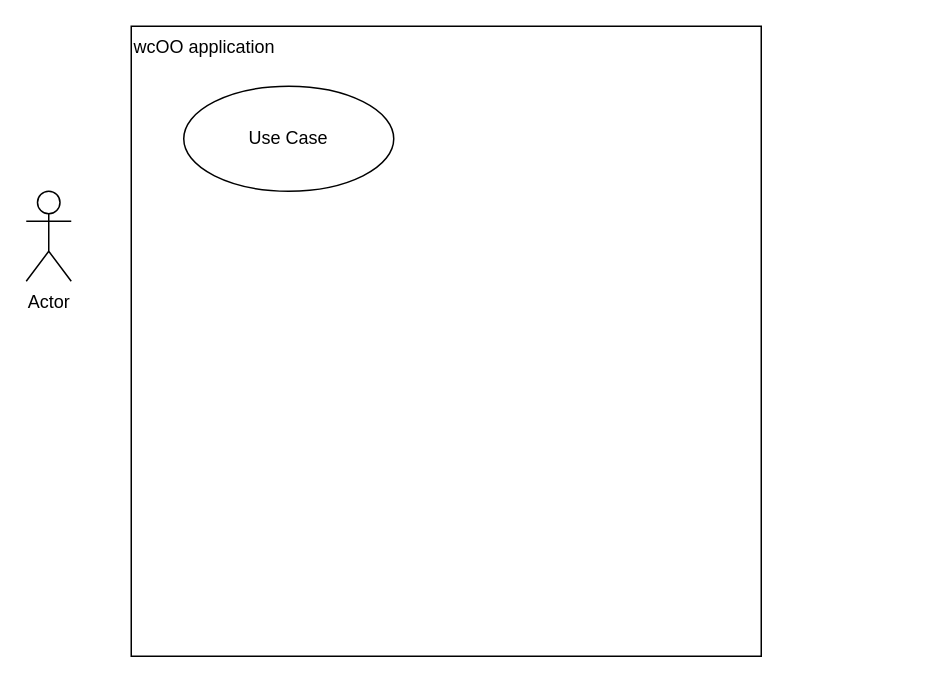
Before: projectA_diagrams.drawio in starcraft66/SOEN341-Fall-2020-ProjectA, a draw.io diagram. Source tidied: cells renumbered, new cells numbered last; positions are measured from the earlier drawing's top-left corner, leaving out a move shared by most shapes. Both pictures are drawn from the tidied source at 150%, with x=0, y=0 at pixel (26, 26).
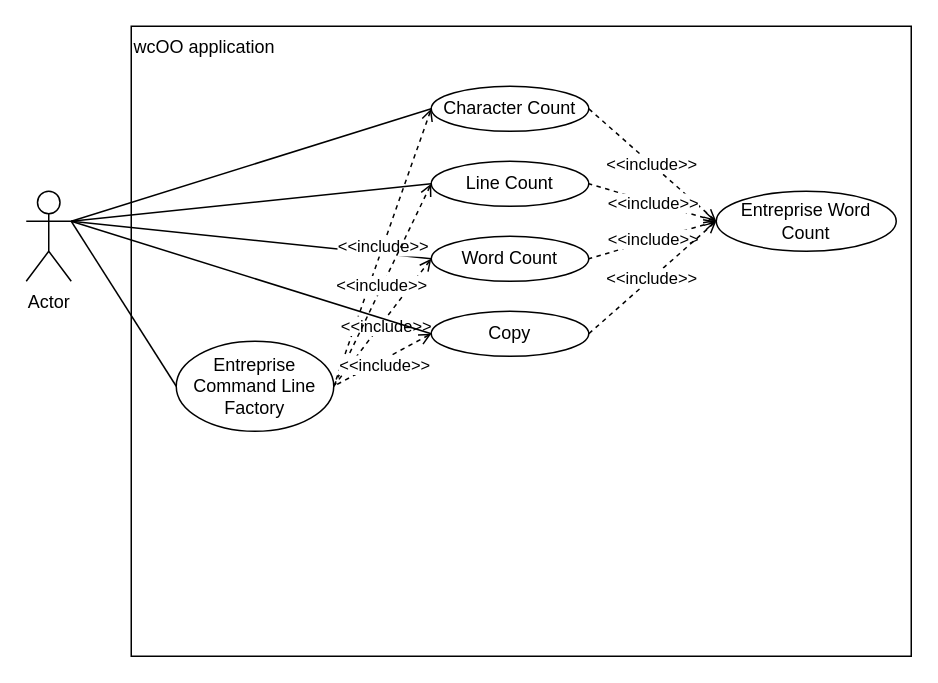
After the change.

Unchanged cells that the change refers to:
```xml
<mxCell id="2" value="Actor" style="shape=umlActor;verticalLabelPosition=bottom;verticalAlign=top;html=1;" parent="1" vertex="1">
  <mxGeometry y="110" width="30" height="60" as="geometry" />
</mxCell>
```

The edit, as a diff of the source:
```diff
@@
     <mxCell id="3" value="wcOO application" style="rounded=0;whiteSpace=wrap;html=1;fillColor=none;align=left;verticalAlign=top;" parent="1" vertex="1">
-      <mxGeometry x="70" width="420" height="420" as="geometry" />
+      <mxGeometry x="70" width="520" height="420" as="geometry" />
     </mxCell>
-    <mxCell id="4" value="Use Case" style="ellipse;whiteSpace=wrap;html=1;fillColor=none;align=center;" parent="1" vertex="1">
-      <mxGeometry x="105" y="40" width="140" height="70" as="geometry" />
+    <mxCell id="4" value="Character Count" style="ellipse;whiteSpace=wrap;html=1;fillColor=none;align=center;" parent="1" vertex="1">
+      <mxGeometry x="270" y="40" width="105" height="30" as="geometry" />
     </mxCell>
+    <mxCell id="5" value="Line Count" style="ellipse;whiteSpace=wrap;html=1;fillColor=none;align=center;" parent="1" vertex="1">
+      <mxGeometry x="270" y="90" width="105" height="30" as="geometry" />
+    </mxCell>
+    <mxCell id="6" value="Word Count" style="ellipse;whiteSpace=wrap;html=1;fillColor=none;align=center;" parent="1" vertex="1">
+      <mxGeometry x="270" y="140" width="105" height="30" as="geometry" />
+    </mxCell>
+    <mxCell id="7" value="Entreprise Command Line Factory" style="ellipse;whiteSpace=wrap;html=1;fillColor=none;align=center;" parent="1" vertex="1">
+      <mxGeometry x="100" y="210" width="105" height="60" as="geometry" />
+    </mxCell>
+    <mxCell id="8" style="endArrow=none;html=1;entryX=1;entryY=0.3333333333333333;entryDx=0;entryDy=0;entryPerimeter=0;exitX=0;exitY=0.5;exitDx=0;exitDy=0;" parent="1" edge="1" source="7" target="2">
+      <mxGeometry relative="1" as="geometry" />
+    </mxCell>
+    <mxCell id="9" style="endArrow=none;html=1;exitX=1;exitY=0.3333333333333333;exitDx=0;exitDy=0;exitPerimeter=0;entryX=0;entryY=0.5;entryDx=0;entryDy=0;" parent="1" edge="1" source="2" target="4">
+      <mxGeometry relative="1" as="geometry" />
+    </mxCell>
+    <mxCell id="10" style="endArrow=none;html=1;exitX=1;exitY=0.3333333333333333;exitDx=0;exitDy=0;exitPerimeter=0;entryX=0;entryY=0.5;entryDx=0;entryDy=0;" parent="1" edge="1" source="2" target="6">
+      <mxGeometry relative="1" as="geometry" />
+    </mxCell>
+    <mxCell id="11" style="endArrow=none;html=1;entryX=0;entryY=0.5;entryDx=0;entryDy=0;" parent="1" edge="1" target="5">
+      <mxGeometry relative="1" as="geometry">
+        <mxPoint x="30" y="130" as="sourcePoint" />
+      </mxGeometry>
+    </mxCell>
+    <mxCell id="12" value="&amp;lt;&amp;lt;include&amp;gt;&amp;gt;" style="endArrow=none;dashed=1;html=1;startArrow=open;startFill=0;entryX=1;entryY=0.5;entryDx=0;entryDy=0;exitX=0;exitY=0.5;exitDx=0;exitDy=0;" parent="1" edge="1" source="4" target="7">
+      <mxGeometry relative="1" as="geometry" />
+    </mxCell>
+    <mxCell id="13" value="&amp;lt;&amp;lt;include&amp;gt;&amp;gt;" style="endArrow=none;dashed=1;html=1;startArrow=open;startFill=0;entryX=1;entryY=0.5;entryDx=0;entryDy=0;exitX=0;exitY=0.5;exitDx=0;exitDy=0;" parent="1" edge="1" source="6" target="7">
+      <mxGeometry x="0.01" y="4" relative="1" as="geometry" />
+    </mxCell>
+    <mxCell id="14" value="&amp;lt;&amp;lt;include&amp;gt;&amp;gt;" style="endArrow=none;dashed=1;html=1;startArrow=open;startFill=0;exitX=0;exitY=0.5;exitDx=0;exitDy=0;entryX=1;entryY=0.5;entryDx=0;entryDy=0;" parent="1" edge="1" source="5" target="7">
+      <mxGeometry relative="1" as="geometry" />
+    </mxCell>
+    <mxCell id="15" value="Copy" style="ellipse;whiteSpace=wrap;html=1;fillColor=none;align=center;" parent="1" vertex="1">
+      <mxGeometry x="270" y="190" width="105" height="30" as="geometry" />
+    </mxCell>
+    <mxCell id="16" value="&amp;lt;&amp;lt;include&amp;gt;&amp;gt;" style="endArrow=none;dashed=1;html=1;startArrow=open;startFill=0;entryX=1;entryY=0.5;entryDx=0;entryDy=0;exitX=0;exitY=0.5;exitDx=0;exitDy=0;" parent="1" edge="1" source="15" target="7">
+      <mxGeometry x="0.01" y="4" relative="1" as="geometry" />
+    </mxCell>
+    <mxCell id="17" style="endArrow=none;html=1;exitX=1;exitY=0.3333333333333333;exitDx=0;exitDy=0;exitPerimeter=0;entryX=0;entryY=0.5;entryDx=0;entryDy=0;" parent="1" edge="1" source="2" target="15">
+      <mxGeometry relative="1" as="geometry" />
+    </mxCell>
+    <mxCell id="18" value="Entreprise Word Count" style="ellipse;whiteSpace=wrap;html=1;fillColor=none;align=center;" parent="1" vertex="1">
+      <mxGeometry x="460" y="110" width="120" height="40" as="geometry" />
+    </mxCell>
+    <mxCell id="19" value="&amp;lt;&amp;lt;include&amp;gt;&amp;gt;" style="endArrow=none;dashed=1;html=1;startArrow=open;startFill=0;exitX=0;exitY=0.5;exitDx=0;exitDy=0;entryX=1;entryY=0.5;entryDx=0;entryDy=0;" parent="1" edge="1" source="18" target="4">
+      <mxGeometry relative="1" as="geometry" />
+    </mxCell>
+    <mxCell id="20" value="&amp;lt;&amp;lt;include&amp;gt;&amp;gt;" style="endArrow=none;dashed=1;html=1;startArrow=open;startFill=0;exitX=0;exitY=0.5;exitDx=0;exitDy=0;entryX=1;entryY=0.5;entryDx=0;entryDy=0;" parent="1" edge="1" source="18" target="5">
+      <mxGeometry relative="1" as="geometry" />
+    </mxCell>
+    <mxCell id="21" value="&amp;lt;&amp;lt;include&amp;gt;&amp;gt;" style="endArrow=none;dashed=1;html=1;startArrow=open;startFill=0;entryX=1;entryY=0.5;entryDx=0;entryDy=0;exitX=0;exitY=0.5;exitDx=0;exitDy=0;" parent="1" edge="1" source="18" target="6">
+      <mxGeometry relative="1" as="geometry" />
+    </mxCell>
+    <mxCell id="22" value="&amp;lt;&amp;lt;include&amp;gt;&amp;gt;" style="endArrow=none;dashed=1;html=1;startArrow=open;startFill=0;entryX=1;entryY=0.5;entryDx=0;entryDy=0;exitX=0;exitY=0.5;exitDx=0;exitDy=0;" parent="1" edge="1" source="18" target="15">
+      <mxGeometry relative="1" as="geometry" />
+    </mxCell>
```
